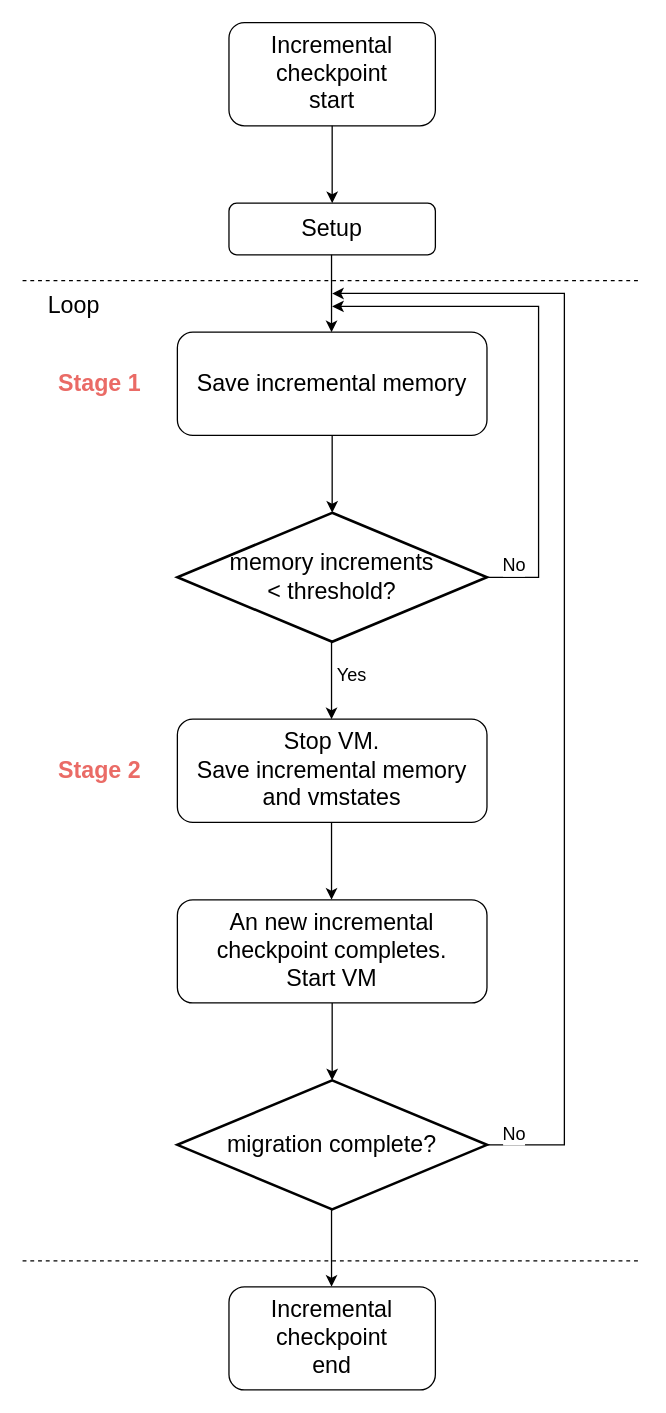
xuyizhe1999/drawio keeps this draw.io diagram as final/incremental checkpoint activity.drawio. Above is the earlier version. Source tidied: cells renumbered, new cells numbered last; positions are measured from the earlier drawing's top-left corner, leaving out a move shared by most shapes. Both pictures are drawn from the tidied source at 129%, with x=0, y=0 at pixel (22, 22).
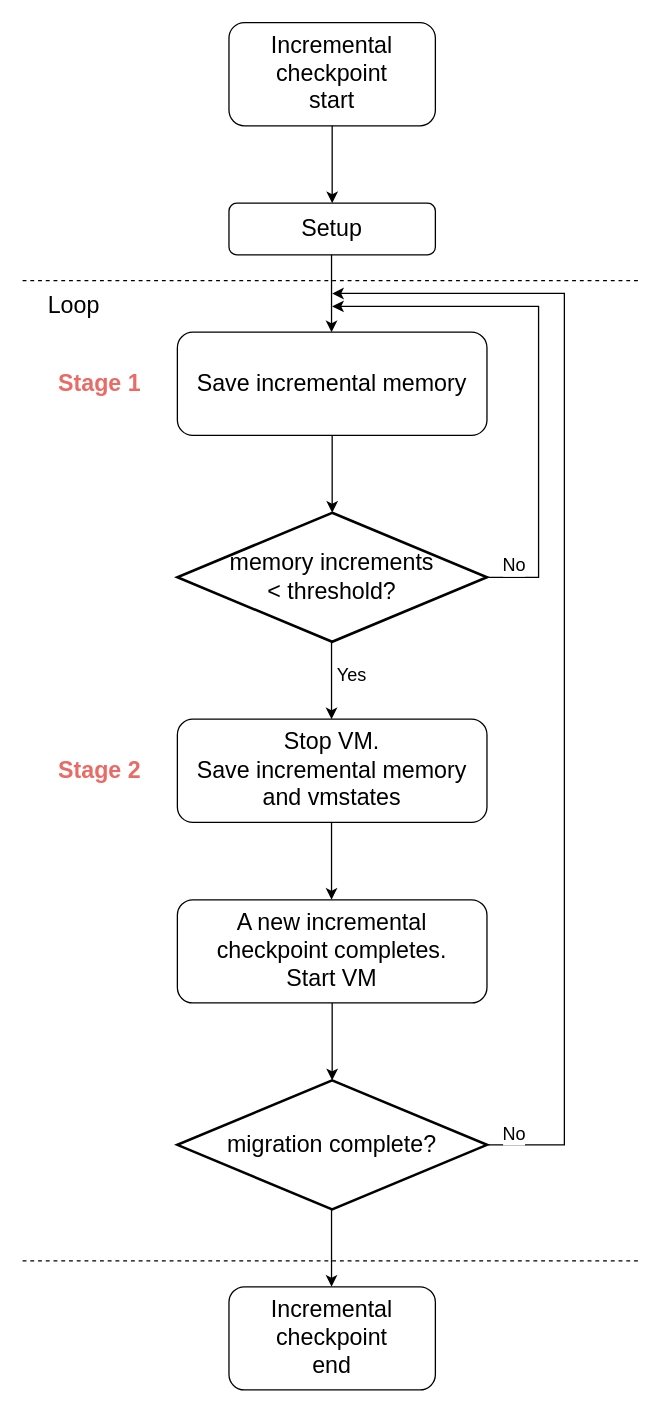
The same page after the edit.

Change to the diagram source:
```diff
@@
-    <mxCell id="22" value="&lt;span style=&quot;font-size: 18px;&quot;&gt;An new incremental checkpoint completes.&lt;br&gt;Start VM&lt;br&gt;&lt;/span&gt;" style="rounded=1;whiteSpace=wrap;html=1;" parent="1" vertex="1">
+    <mxCell id="22" value="&lt;span style=&quot;font-size: 18px;&quot;&gt;A new incremental checkpoint completes.&lt;br&gt;Start VM&lt;br&gt;&lt;/span&gt;" style="rounded=1;whiteSpace=wrap;html=1;" parent="1" vertex="1">
       <mxGeometry x="120" y="680" width="240" height="80" as="geometry" />
     </mxCell>
```
